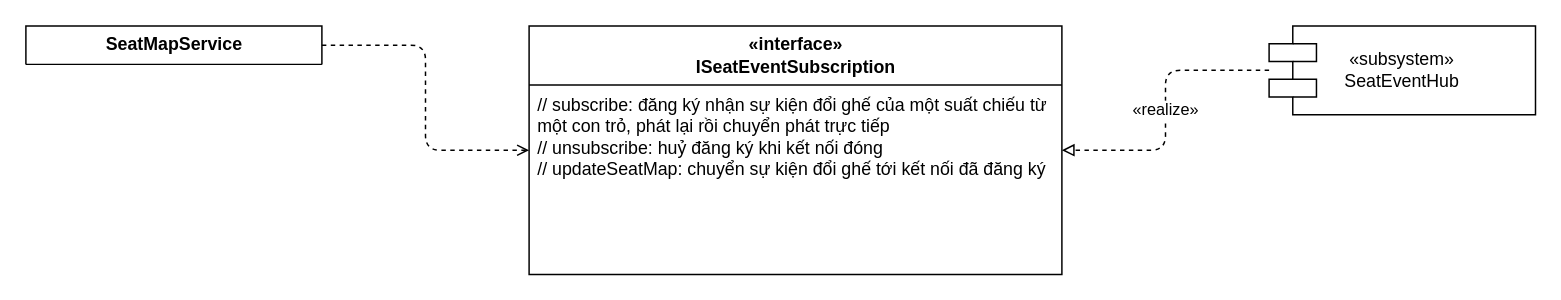
Before: page "P10-subsystem-context-SS-03" (3 of 5) of design/diagrams/P10-subsystem-context.drawio in luytbq/app-dat-ve-xem-phim, a draw.io diagram. Source tidied: cells renumbered, new cells numbered last; positions are measured from the earlier drawing's top-left corner, leaving out a move shared by most shapes. Both pictures are drawn from the tidied source at 148%, with x=0, y=0 at pixel (25, 25).
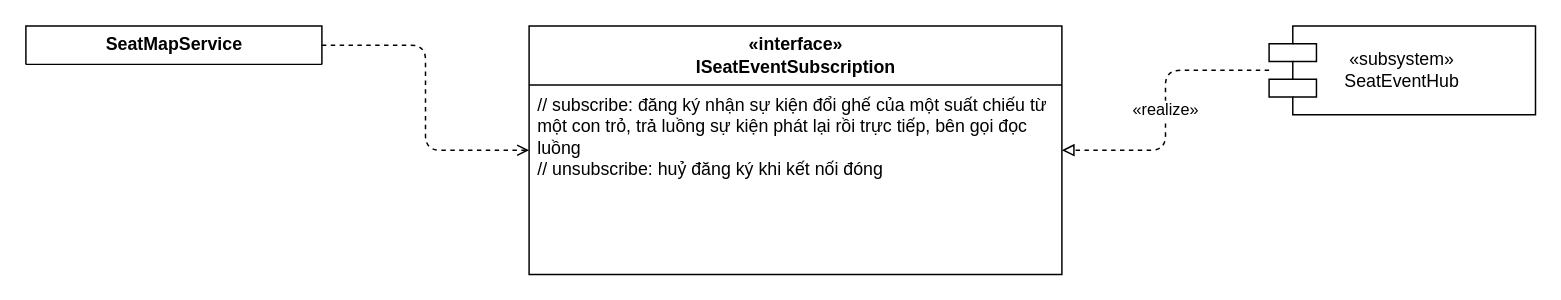
The same page after the edit.

Change to the diagram source:
```diff
@@
 <mxGraphModel>
   <root>
     <mxCell id="0" />
     <mxCell id="1" parent="0" />
     <mxCell id="2" value="SeatMapService" style="swimlane;fontStyle=1;align=center;horizontal=1;startSize=26;html=1;" parent="1" vertex="1">
       <mxGeometry width="200" height="26" as="geometry" />
     </mxCell>
     <mxCell id="3" value="«interface»&lt;br&gt;ISeatEventSubscription" style="swimlane;fontStyle=1;align=center;horizontal=1;startSize=40;html=1;" parent="1" vertex="1">
       <mxGeometry x="340" width="360" height="168" as="geometry" />
     </mxCell>
-    <mxCell id="4" value="// subscribe: đăng ký nhận sự kiện đổi ghế của một suất chiếu từ một con trỏ, phát lại rồi chuyển phát trực tiếp&lt;br&gt;// unsubscribe: huỷ đăng ký khi kết nối đóng&lt;br&gt;// updateSeatMap: chuyển sự kiện đổi ghế tới kết nối đã đăng ký" style="text;strokeColor=none;fillColor=none;align=left;verticalAlign=top;spacingLeft=4;whiteSpace=wrap;html=1;" parent="3" vertex="1">
+    <mxCell id="4" value="// subscribe: đăng ký nhận sự kiện đổi ghế của một suất chiếu từ một con trỏ, trả luồng sự kiện phát lại rồi trực tiếp, bên gọi đọc luồng&lt;br&gt;// unsubscribe: huỷ đăng ký khi kết nối đóng" style="text;strokeColor=none;fillColor=none;align=left;verticalAlign=top;spacingLeft=4;whiteSpace=wrap;html=1;" parent="3" vertex="1">
       <mxGeometry y="40" width="360" height="128" as="geometry" />
     </mxCell>
     <mxCell id="5" value="«subsystem»&lt;br&gt;SeatEventHub" style="shape=component;whiteSpace=wrap;html=1;" parent="1" vertex="1">
       <mxGeometry x="840" width="180" height="60" as="geometry" />
     </mxCell>
     <mxCell id="6" value="«realize»" style="edgeStyle=orthogonalEdgeStyle;endArrow=block;endFill=0;dashed=1;html=1;" parent="1" edge="1" source="5" target="3">
       <mxGeometry relative="1" as="geometry" />
     </mxCell>
     <mxCell id="7" style="edgeStyle=orthogonalEdgeStyle;endArrow=open;dashed=1;html=1;" parent="1" edge="1" source="2" target="3">
       <mxGeometry relative="1" as="geometry" />
     </mxCell>
   </root>
 </mxGraphModel>
```
